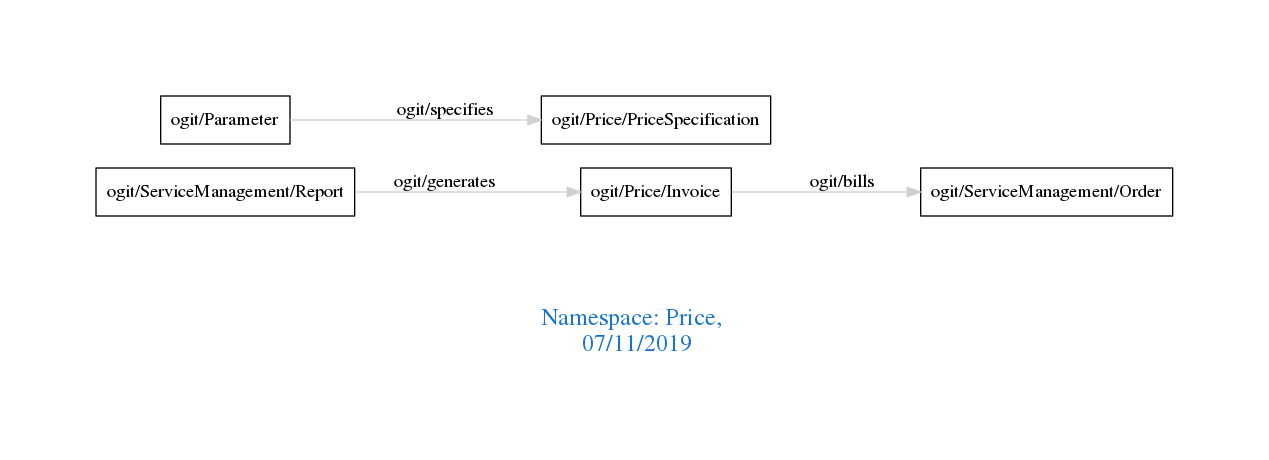
arago/OGIT keeps this Graphviz diagram as downloads/Price.png. Above is the earlier version. Its source is kept beside it as downloads/Price.dot.
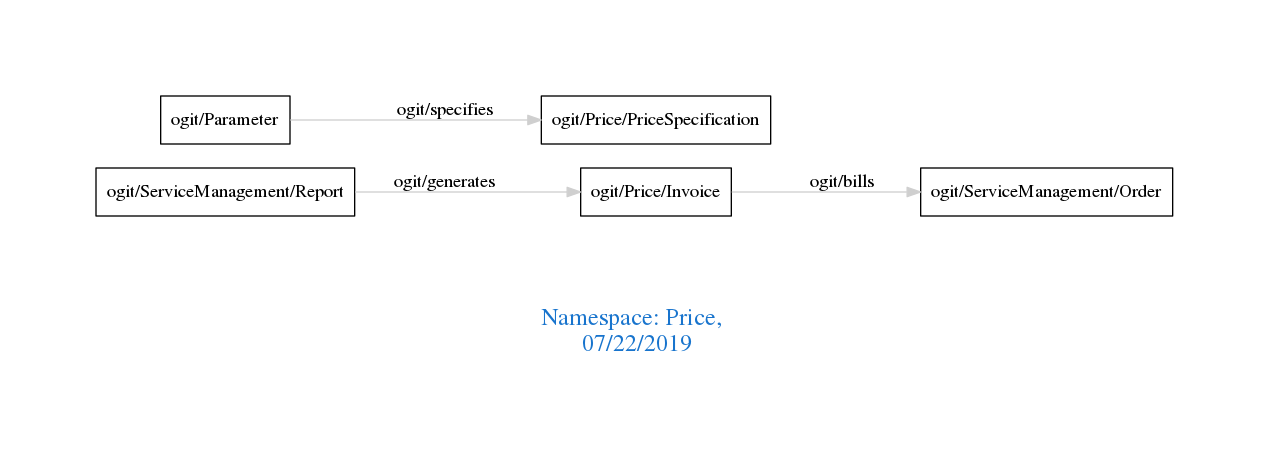
After the change.

Change to the diagram source:
```diff
@@ -1,7 +1,7 @@
 digraph OGIT_ontology {
  graph [ rankdir= LR,pad=1
 fontsize = 18,
-fontcolor= dodgerblue3,label = "\n\n\nNamespace: Price, \n 07/11/2019"];
+fontcolor= dodgerblue3,label = "\n\n\nNamespace: Price, \n 07/22/2019"];
 node[shape=polygon];
 edge [  color="gray81"];
 
```
